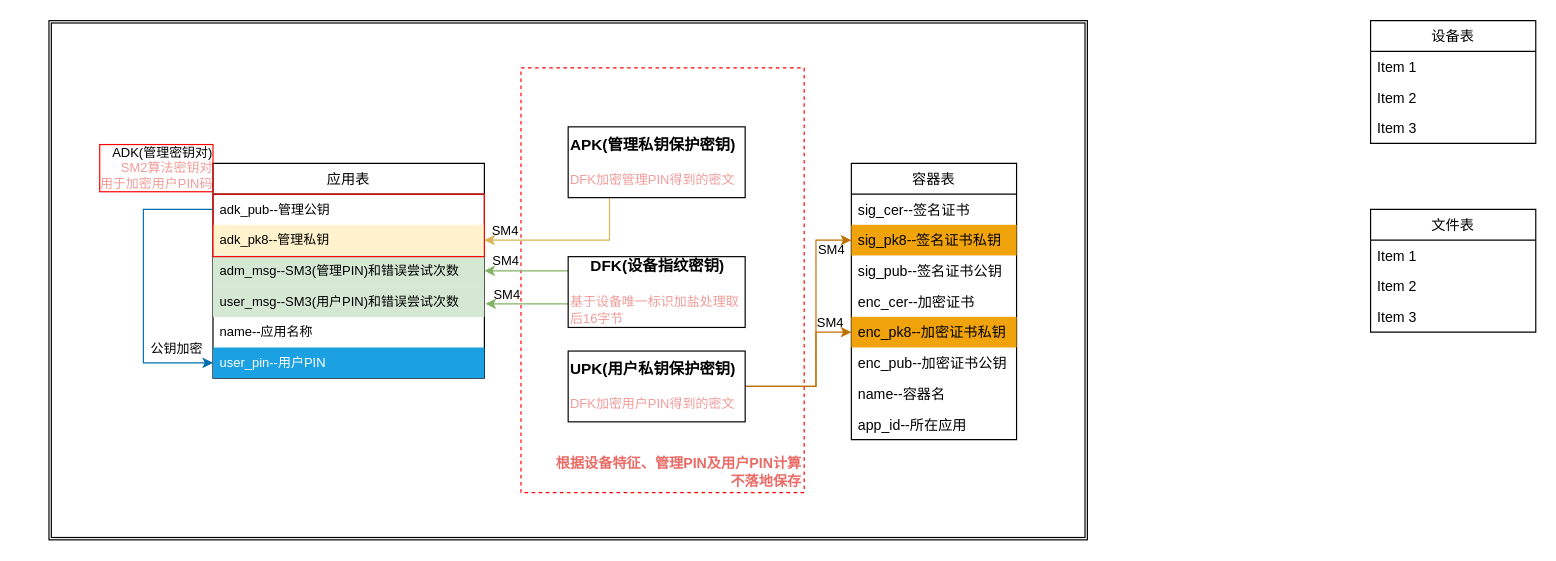
mobof/Koal keeps this draw.io diagram as SKF数据安全规则.drawio. Above is the earlier version. Source tidied: cells renumbered, new cells numbered last; positions are measured from the earlier drawing's top-left corner, leaving out a move shared by most shapes. Both pictures are drawn from the tidied source at 118%, with x=0, y=0 at pixel (20, 20).
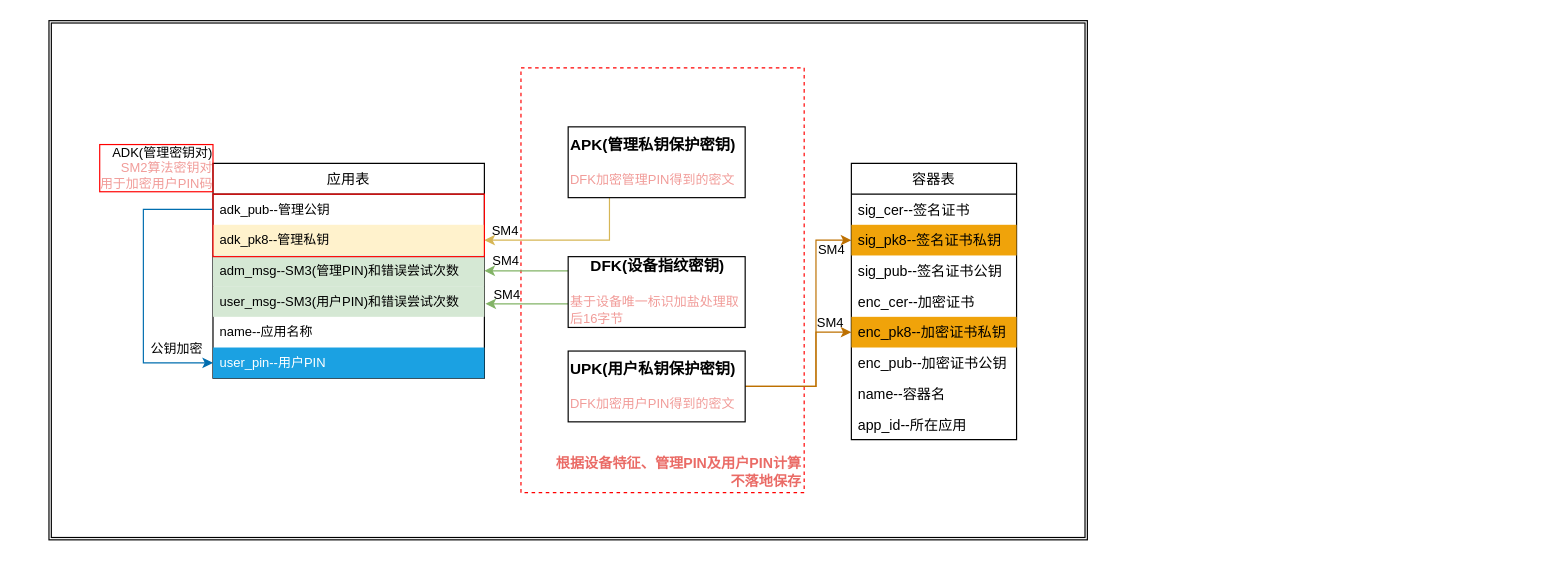
The same page after the edit.

Commit message (it also covers changes not shown here):
Update SKF数据安全规则.drawio

Change to the diagram source:
```diff
@@
-    <mxCell id="33" value="设备表" style="swimlane;fontStyle=0;horizontal=1;startSize=26;" parent="1" vertex="1">
-      <mxGeometry x="1144" width="140" height="104" as="geometry" />
-    </mxCell>
-    <mxCell id="34" value="Item 1" style="text;strokeColor=none;fillColor=none;align=left;verticalAlign=top;spacingLeft=4;spacingRight=4;overflow=hidden;" parent="33" vertex="1">
-      <mxGeometry y="26" width="140" height="26" as="geometry" />
-    </mxCell>
-    <mxCell id="35" value="Item 2" style="text;strokeColor=none;fillColor=none;align=left;verticalAlign=top;spacingLeft=4;spacingRight=4;overflow=hidden;" parent="33" vertex="1">
-      <mxGeometry y="52" width="140" height="26" as="geometry" />
-    </mxCell>
-    <mxCell id="36" value="Item 3" style="text;strokeColor=none;fillColor=none;align=left;verticalAlign=top;spacingLeft=4;spacingRight=4;overflow=hidden;" parent="33" vertex="1">
-      <mxGeometry y="78" width="140" height="26" as="geometry" />
-    </mxCell>
-    <mxCell id="37" value="文件表" style="swimlane;fontStyle=0;horizontal=1;startSize=26;" parent="1" vertex="1">
-      <mxGeometry x="1144" y="160" width="140" height="104" as="geometry" />
-    </mxCell>
-    <mxCell id="38" value="Item 1" style="text;strokeColor=none;fillColor=none;align=left;verticalAlign=top;spacingLeft=4;spacingRight=4;overflow=hidden;" parent="37" vertex="1">
-      <mxGeometry y="26" width="140" height="26" as="geometry" />
-    </mxCell>
-    <mxCell id="39" value="Item 2" style="text;strokeColor=none;fillColor=none;align=left;verticalAlign=top;spacingLeft=4;spacingRight=4;overflow=hidden;" parent="37" vertex="1">
-      <mxGeometry y="52" width="140" height="26" as="geometry" />
-    </mxCell>
-    <mxCell id="40" value="Item 3" style="text;strokeColor=none;fillColor=none;align=left;verticalAlign=top;spacingLeft=4;spacingRight=4;overflow=hidden;" parent="37" vertex="1">
-      <mxGeometry y="78" width="140" height="26" as="geometry" />
-    </mxCell>
```
